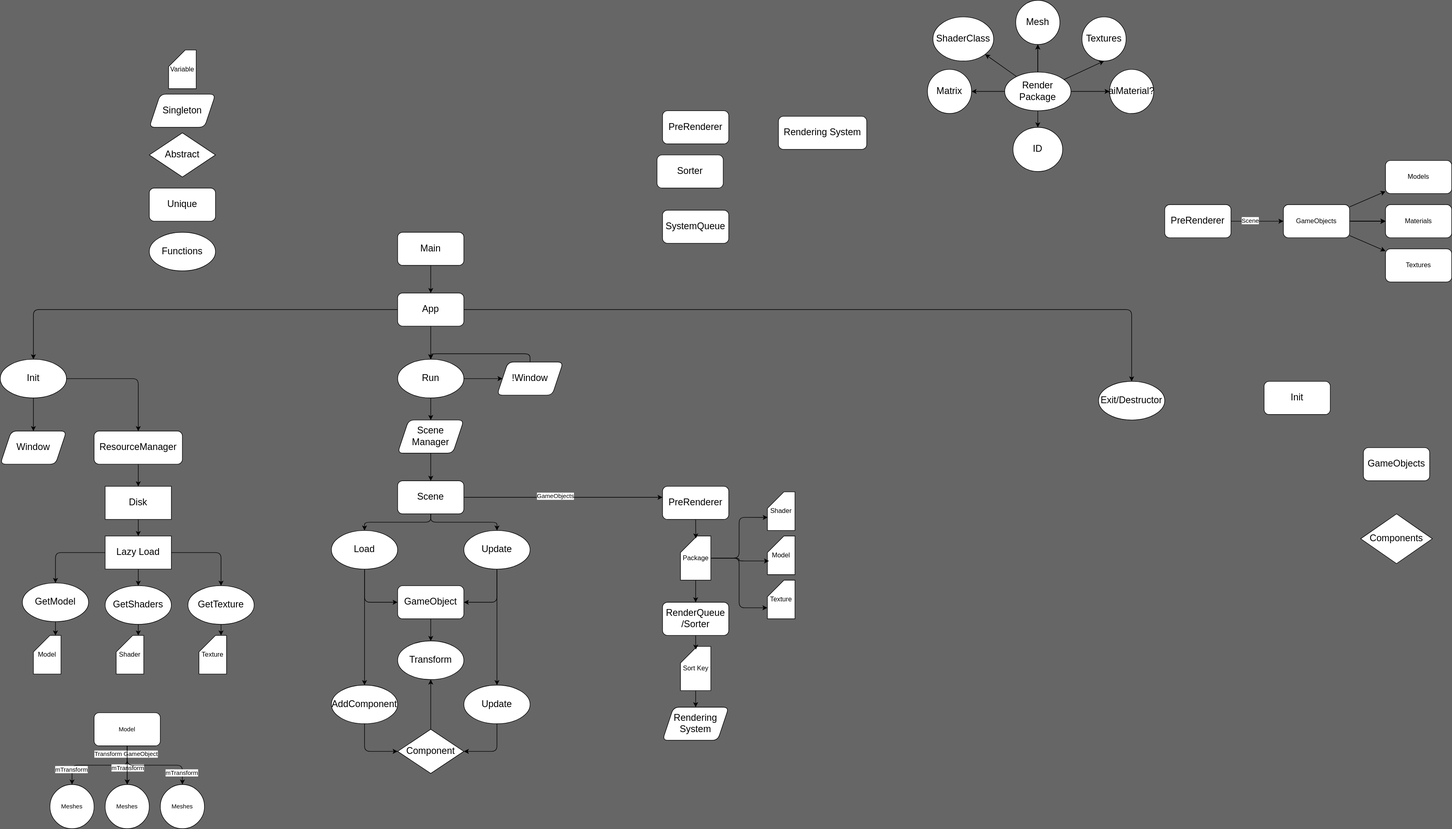
Earlier version of the draw.io export Docs.drawio.svg (Zubialde/OpenGL_VSC_version_3.3). Source tidied: cells renumbered, new cells last; positions are measured from the earlier drawing's top-left corner, leaving out a move shared by most shapes.
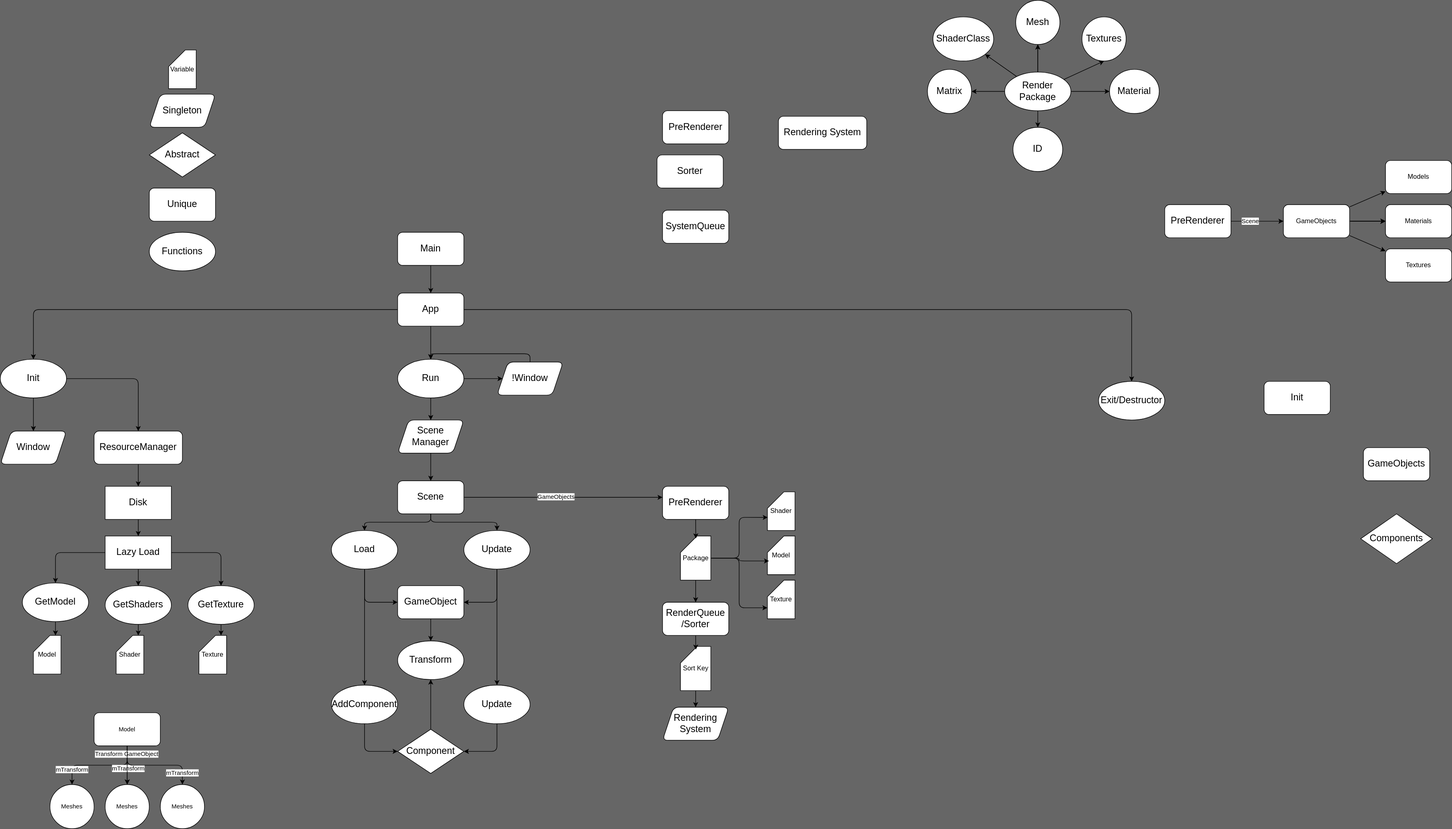
After the change.

Commit message:
Rendering System: Material Clean Up

Change to the diagram source:
```diff
@@ -372,8 +372,8 @@
     <mxCell id="121" value="Textures" style="ellipse;whiteSpace=wrap;html=1;fontSize=17;" parent="1" vertex="1">
       <mxGeometry x="1960" y="30" width="80" height="80" as="geometry" />
     </mxCell>
-    <mxCell id="122" value="aiMaterial?" style="ellipse;whiteSpace=wrap;html=1;fontSize=17;" parent="1" vertex="1">
-      <mxGeometry x="2010" y="125" width="80" height="80" as="geometry" />
+    <mxCell id="122" value="Material" style="ellipse;whiteSpace=wrap;html=1;fontSize=17;" parent="1" vertex="1">
+      <mxGeometry x="2010" y="125" width="90" height="80" as="geometry" />
     </mxCell>
     <mxCell id="123" value="ID" style="ellipse;whiteSpace=wrap;html=1;fontSize=17;" parent="1" vertex="1">
       <mxGeometry x="1835" y="230" width="90" height="80" as="geometry" />
```
